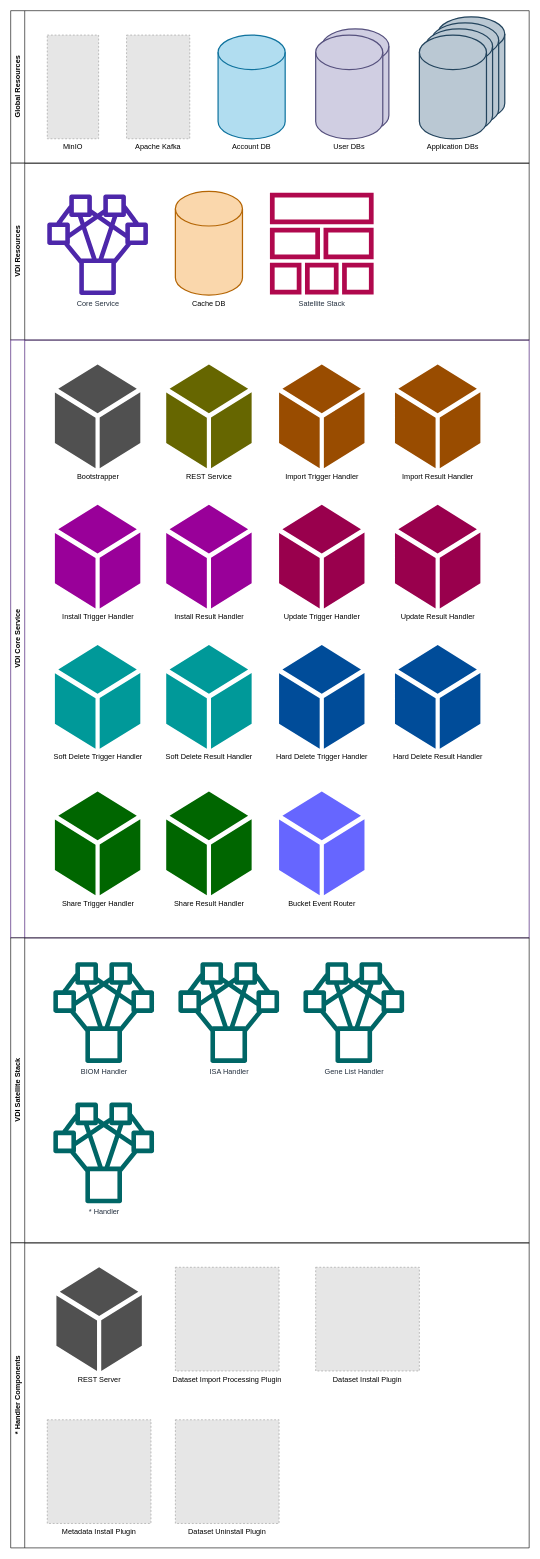
The draw.io diagram page "components" (1 of 10) of docs/design/1.0/diagrams/vdi.drawio in VEuPathDB/VDI, before the edit. Source tidied: cells renumbered, new cells numbered last; positions are measured from the earlier drawing's top-left corner, leaving out a move shared by most shapes. Both pictures are drawn from the tidied source at 61%, with x=0, y=0 at pixel (10, 10). Pictures stored in the file or linked from it are replaced by grey dashed boxes.
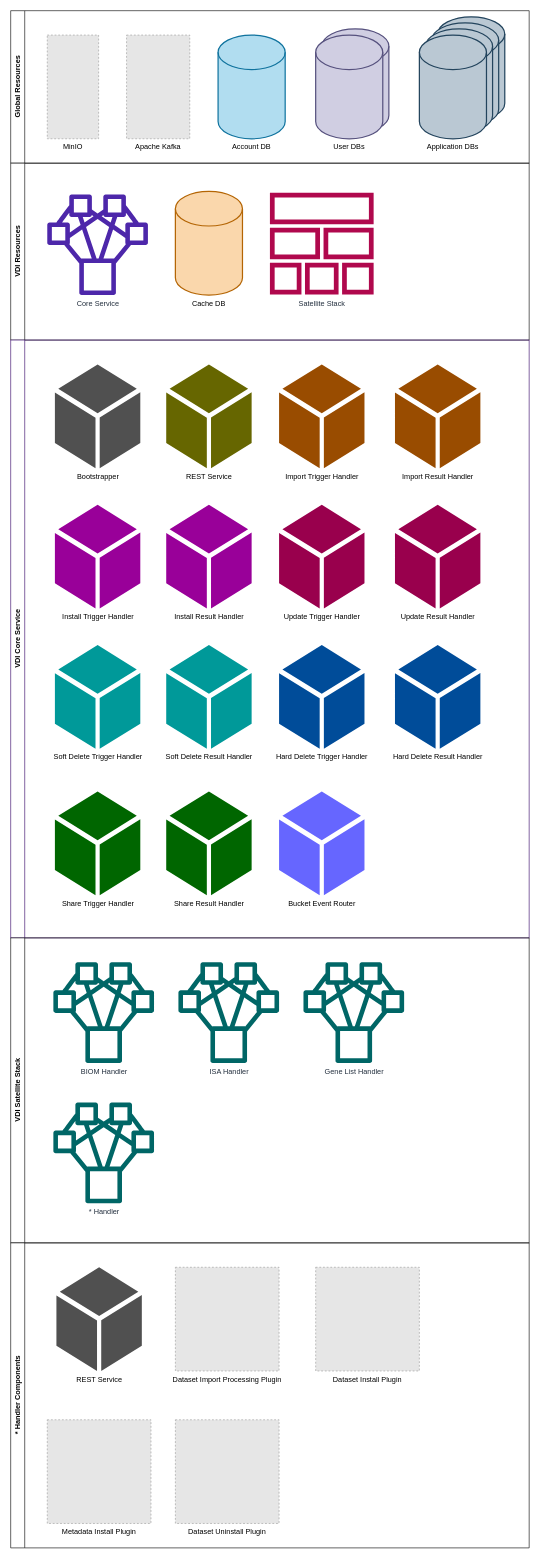
The same page after the edit.

The change refers to these unchanged cells:
```xml
<mxCell id="39" value="* Handler Components" style="swimlane;horizontal=0;whiteSpace=wrap;html=1;" parent="1" vertex="1">
  <mxGeometry y="2020" width="850" height="500" as="geometry" />
</mxCell>
```

What changed in the source:
```diff
@@
-    <mxCell id="40" value="REST Server" style="sketch=0;shadow=0;dashed=0;html=1;strokeColor=none;fillColor=#505050;labelPosition=center;verticalLabelPosition=bottom;verticalAlign=top;align=center;shape=mxgraph.office.concepts.node_generic;" parent="39" vertex="1">
-      <mxGeometry x="75" y="40" width="140" height="170" as="geometry" />
-    </mxCell>
@@
+    <mxCell id="45" value="REST Service" style="sketch=0;shadow=0;dashed=0;html=1;strokeColor=none;fillColor=#505050;labelPosition=center;verticalLabelPosition=bottom;verticalAlign=top;align=center;shape=mxgraph.office.concepts.node_generic;" parent="39" vertex="1">
+      <mxGeometry x="75" y="40" width="140" height="170" as="geometry" />
+    </mxCell>
```
